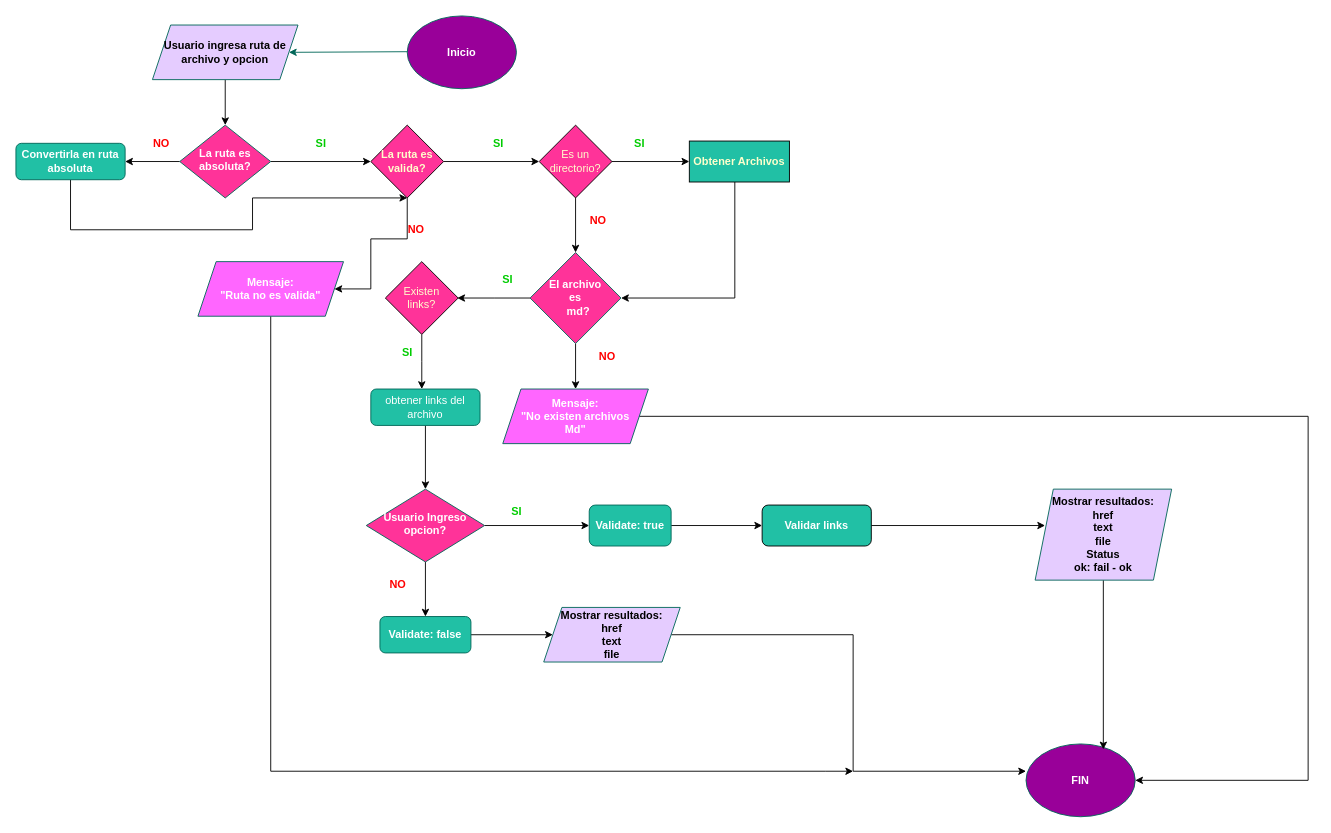
Earlier version of the draw.io diagram md-linksproject.drawio (StefanieAviles/LIM17-md-links). Source tidied: cells renumbered, new cells numbered last; positions are measured from the earlier drawing's top-left corner, leaving out a move shared by most shapes. Both pictures are drawn from the tidied source at 91%, with x=0, y=0 at pixel (15, 15).
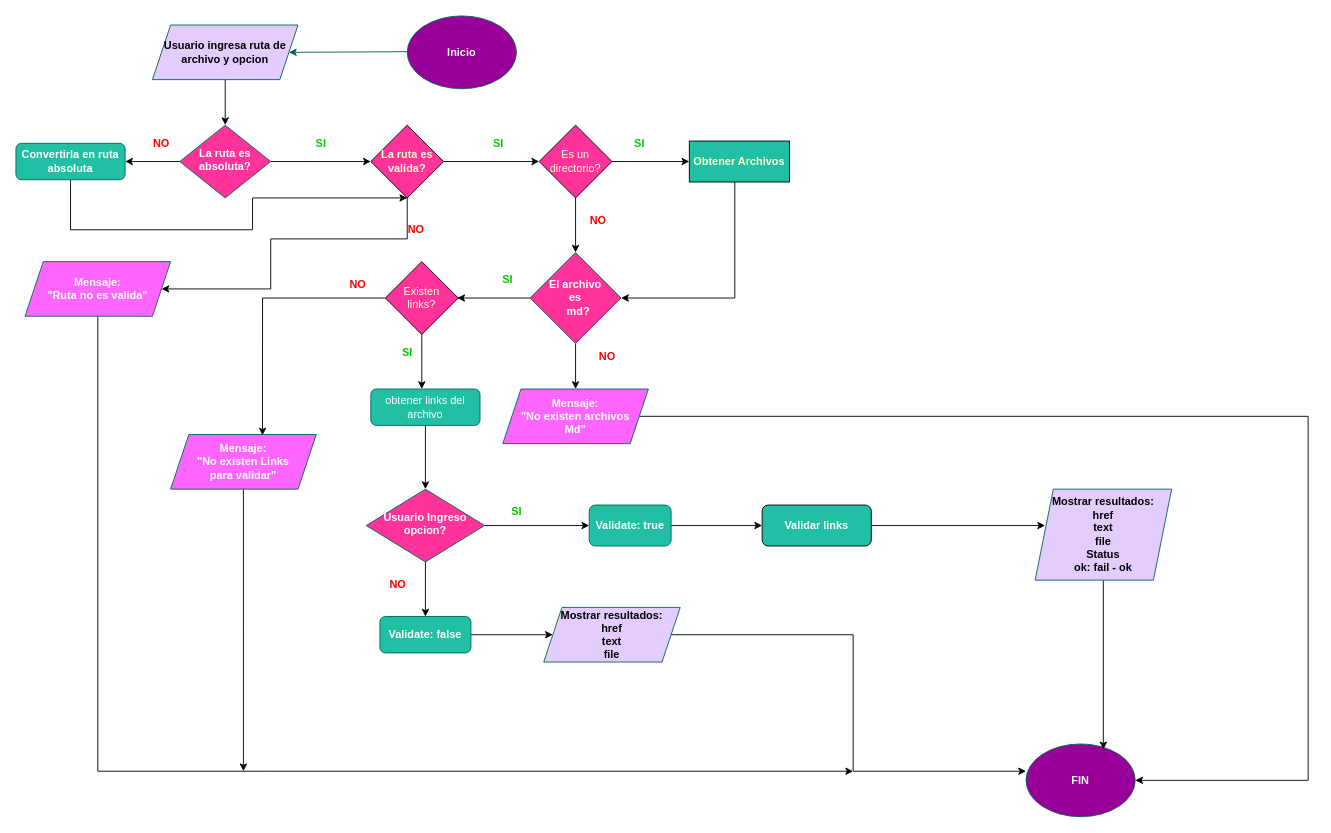
The same page after the edit.

The change refers to these unchanged cells:
```xml
<mxCell id="25" value="&lt;b&gt;&lt;font color=&quot;#ffffcc&quot;&gt;La ruta es valida?&lt;/font&gt;&lt;/b&gt;" style="rhombus;whiteSpace=wrap;html=1;fillColor=#FF3399;" parent="1" vertex="1">
  <mxGeometry x="390" y="120" width="80" height="80" as="geometry" />
</mxCell>
<mxCell id="44" value="&lt;font color=&quot;#ffffcc&quot;&gt;Existen&lt;br&gt;links?&lt;/font&gt;" style="rhombus;whiteSpace=wrap;html=1;fillColor=#FF3399;" parent="1" vertex="1">
  <mxGeometry x="406" y="270" width="80" height="80" as="geometry" />
</mxCell>
```

The edit, as a diff of the source:
```diff
@@
     <mxCell id="24" style="edgeStyle=orthogonalEdgeStyle;rounded=0;jettySize=auto;html=1;fontColor=#FFFFff;" parent="1" edge="1" source="25" target="53">
       <mxGeometry relative="1" as="geometry">
         <Array as="points">
           <mxPoint x="430" y="245" />
-          <mxPoint x="390" y="245" />
-          <mxPoint x="390" y="300" />
+          <mxPoint x="280" y="245" />
+          <mxPoint x="280" y="300" />
         </Array>
       </mxGeometry>
     </mxCell>
@@
+    <mxCell id="55" style="edgeStyle=orthogonalEdgeStyle;rounded=0;jettySize=auto;html=1;entryX=0.631;entryY=0.017;entryDx=0;entryDy=0;entryPerimeter=0;" parent="1" edge="1" source="44" target="57">
+      <mxGeometry relative="1" as="geometry" />
+    </mxCell>
@@
     <mxCell id="53" value="Mensaje:&lt;br&gt;&quot;Ruta no es valida&quot;" style="shape=parallelogram;perimeter=parallelogramPerimeter;whiteSpace=wrap;html=1;fixedSize=1;fillColor=#FF66FF;strokeColor=#006658;fontColor=#FFFFFF;fontStyle=1;" parent="1" vertex="1">
-      <mxGeometry x="200" y="270" width="160" height="60" as="geometry" />
+      <mxGeometry x="10" y="270" width="160" height="60" as="geometry" />
     </mxCell>
@@
+    <mxCell id="56" style="edgeStyle=orthogonalEdgeStyle;rounded=0;jettySize=auto;html=1;" parent="1" edge="1" source="57">
+      <mxGeometry relative="1" as="geometry">
+        <mxPoint x="250" y="830" as="targetPoint" />
+      </mxGeometry>
+    </mxCell>
+    <mxCell id="57" value="Mensaje:&lt;br&gt;&quot;No existen Links&lt;br&gt;para validar&quot;" style="shape=parallelogram;perimeter=parallelogramPerimeter;whiteSpace=wrap;html=1;fixedSize=1;fillColor=#FF66FF;strokeColor=#006658;fontColor=#FFFFFF;fontStyle=1;" parent="1" vertex="1">
+      <mxGeometry x="170" y="460" width="160" height="60" as="geometry" />
+    </mxCell>
+    <mxCell id="58" value="&lt;font color=&quot;#ff0000&quot;&gt;NO&lt;/font&gt;" style="text;html=1;strokeColor=none;fillColor=none;align=center;verticalAlign=middle;whiteSpace=wrap;rounded=0;fontColor=#5C5C5C;fontStyle=1;" parent="1" vertex="1">
+      <mxGeometry x="346" y="280" width="60" height="30" as="geometry" />
+    </mxCell>
```
